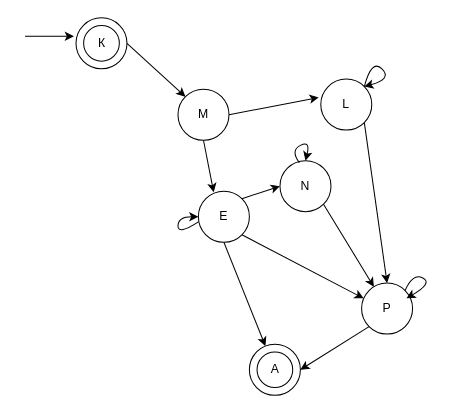
The draw.io diagram Диаграмма КА.drawio in lyudmilareshetyuk/draw.io, before the edit. Source tidied: cells renumbered, new cells numbered last; positions are measured from the earlier drawing's top-left corner, leaving out a move shared by most shapes. Both pictures are drawn from the tidied source at 102%, with x=0, y=0 at pixel (24, 17).
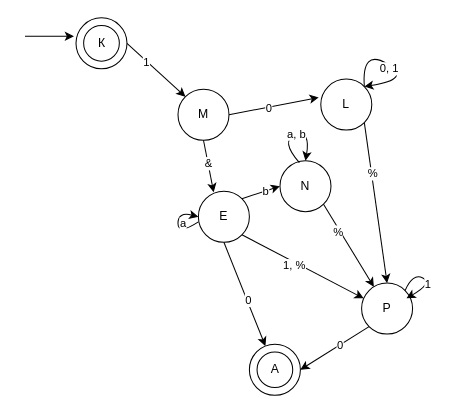
The same page after the edit.

Unchanged cells that the change refers to:
```xml
<mxCell id="6" value="L" style="ellipse;whiteSpace=wrap;html=1;" parent="1" vertex="1">
  <mxGeometry x="290" y="60" width="50" height="50" as="geometry" />
</mxCell>
<mxCell id="8" value="E" style="ellipse;whiteSpace=wrap;html=1;" parent="1" vertex="1">
  <mxGeometry x="170" y="170" width="50" height="50" as="geometry" />
</mxCell>
<mxCell id="10" value="N" style="ellipse;whiteSpace=wrap;html=1;" parent="1" vertex="1">
  <mxGeometry x="250" y="140" width="50" height="50" as="geometry" />
</mxCell>
<mxCell id="12" style="endArrow=classic;html=1;rounded=0;exitX=1;exitY=0.5;exitDx=0;exitDy=0;entryX=0;entryY=0;entryDx=0;entryDy=0;" parent="1" edge="1" source="2" target="7">
  <mxGeometry relative="1" as="geometry" />
</mxCell>
<mxCell id="13" style="endArrow=classic;html=1;rounded=0;exitX=1;exitY=0.5;exitDx=0;exitDy=0;entryX=-0.04;entryY=0.36;entryDx=0;entryDy=0;entryPerimeter=0;" parent="1" edge="1" source="7" target="6">
  <mxGeometry relative="1" as="geometry" />
</mxCell>
<mxCell id="15" style="endArrow=classic;html=1;rounded=0;exitX=1;exitY=1;exitDx=0;exitDy=0;entryX=0.5;entryY=0;entryDx=0;entryDy=0;" parent="1" edge="1" source="6" target="9">
  <mxGeometry relative="1" as="geometry" />
</mxCell>
<mxCell id="16" style="endArrow=classic;html=1;rounded=0;exitX=0.5;exitY=1;exitDx=0;exitDy=0;entryX=0.3;entryY=0.02;entryDx=0;entryDy=0;entryPerimeter=0;" parent="1" edge="1" source="7" target="8">
  <mxGeometry relative="1" as="geometry" />
</mxCell>
<mxCell id="17" style="endArrow=classic;html=1;rounded=0;exitX=1;exitY=0;exitDx=0;exitDy=0;entryX=0;entryY=0.5;entryDx=0;entryDy=0;" parent="1" edge="1" source="8" target="10">
  <mxGeometry relative="1" as="geometry" />
</mxCell>
<mxCell id="19" style="endArrow=classic;html=1;rounded=0;exitX=1;exitY=1;exitDx=0;exitDy=0;" parent="1" edge="1" source="10" target="9">
  <mxGeometry relative="1" as="geometry" />
</mxCell>
<mxCell id="21" style="endArrow=classic;html=1;rounded=0;exitX=1;exitY=1;exitDx=0;exitDy=0;entryX=0.04;entryY=0.3;entryDx=0;entryDy=0;entryPerimeter=0;" parent="1" edge="1" source="8" target="9">
  <mxGeometry relative="1" as="geometry" />
</mxCell>
<mxCell id="22" style="curved=1;endArrow=classic;html=1;rounded=0;exitX=1;exitY=0;exitDx=0;exitDy=0;entryX=0.88;entryY=0.3;entryDx=0;entryDy=0;entryPerimeter=0;" parent="1" edge="1" source="9" target="9">
  <mxGeometry relative="1" as="geometry">
    <Array as="points">
      <mxPoint x="380" y="250" />
      <mxPoint x="400" y="260" />
    </Array>
  </mxGeometry>
</mxCell>
<mxCell id="23" style="endArrow=classic;html=1;rounded=0;exitX=0;exitY=1;exitDx=0;exitDy=0;entryX=1;entryY=0.5;entryDx=0;entryDy=0;" parent="1" edge="1" source="9" target="4">
  <mxGeometry relative="1" as="geometry" />
</mxCell>
<mxCell id="24" style="endArrow=classic;html=1;rounded=0;exitX=0.5;exitY=1;exitDx=0;exitDy=0;" parent="1" edge="1" source="8" target="4">
  <mxGeometry relative="1" as="geometry" />
</mxCell>
```

The edit, as a diff of the source:
```diff
@@
+    <mxCell id="25" value="1" style="edgeLabel;html=1;align=center;verticalAlign=middle;" parent="12" vertex="1">
+      <mxGeometry x="-0.34" y="-1" relative="1" as="geometry" />
+    </mxCell>
@@
+    <mxCell id="26" value="0" style="edgeLabel;html=1;align=center;verticalAlign=middle;" parent="13" vertex="1">
+      <mxGeometry x="-0.12" y="-2" relative="1" as="geometry">
+        <mxPoint y="-1" as="offset" />
+      </mxGeometry>
+    </mxCell>
     <mxCell id="14" style="curved=1;endArrow=classic;html=1;rounded=0;exitX=1;exitY=0;exitDx=0;exitDy=0;entryX=1;entryY=0;entryDx=0;entryDy=0;" parent="1" edge="1" source="6" target="6">
       <mxGeometry relative="1" as="geometry">
         <Array as="points">
-          <mxPoint x="340" y="40" />
-          <mxPoint x="360" y="60" />
+          <mxPoint x="330" y="30" />
+          <mxPoint x="380" y="60" />
         </Array>
       </mxGeometry>
     </mxCell>
+    <mxCell id="27" value="0, 1" style="edgeLabel;html=1;align=center;verticalAlign=middle;" parent="14" vertex="1">
+      <mxGeometry x="-0.03" y="-3" relative="1" as="geometry" />
+    </mxCell>
@@
+    <mxCell id="28" value="%" style="edgeLabel;html=1;align=center;verticalAlign=middle;" parent="15" vertex="1">
+      <mxGeometry x="-0.37" y="1" relative="1" as="geometry" />
+    </mxCell>
@@
+    <mxCell id="29" value="&amp;amp;" style="edgeLabel;html=1;align=center;verticalAlign=middle;" parent="16" vertex="1">
+      <mxGeometry x="-0.06" relative="1" as="geometry">
+        <mxPoint y="-1" as="offset" />
+      </mxGeometry>
+    </mxCell>
@@
+    <mxCell id="30" value="b" style="edgeLabel;html=1;align=center;verticalAlign=middle;" parent="17" vertex="1">
+      <mxGeometry x="0.2" relative="1" as="geometry" />
+    </mxCell>
     <mxCell id="18" style="curved=1;endArrow=classic;html=1;rounded=0;exitX=0.38;exitY=0.04;exitDx=0;exitDy=0;entryX=0.5;entryY=0;entryDx=0;entryDy=0;exitPerimeter=0;" parent="1" edge="1" source="10" target="10">
       <mxGeometry relative="1" as="geometry">
         <Array as="points">
-          <mxPoint x="260" y="130" />
-          <mxPoint x="280" y="120" />
+          <mxPoint x="250" y="120" />
+          <mxPoint x="280" y="110" />
         </Array>
       </mxGeometry>
     </mxCell>
+    <mxCell id="31" value="a, b" style="edgeLabel;html=1;align=center;verticalAlign=middle;" parent="18" vertex="1">
+      <mxGeometry y="1" relative="1" as="geometry" />
+    </mxCell>
@@
+    <mxCell id="32" value="%" style="edgeLabel;html=1;align=center;verticalAlign=middle;" parent="19" vertex="1">
+      <mxGeometry x="-0.38" y="-2" relative="1" as="geometry">
+        <mxPoint y="1" as="offset" />
+      </mxGeometry>
+    </mxCell>
     <mxCell id="20" style="curved=1;endArrow=classic;html=1;rounded=0;exitX=0;exitY=0.6;exitDx=0;exitDy=0;entryX=0;entryY=0.5;entryDx=0;entryDy=0;exitPerimeter=0;" parent="1" edge="1" source="8" target="8">
       <mxGeometry relative="1" as="geometry">
         <Array as="points">
           <mxPoint x="150" y="213" />
-          <mxPoint x="150" y="195" />
+          <mxPoint x="150" y="190" />
         </Array>
       </mxGeometry>
     </mxCell>
+    <mxCell id="33" value="a" style="edgeLabel;html=1;align=center;verticalAlign=middle;" parent="20" vertex="1">
+      <mxGeometry x="0.03" y="-4" relative="1" as="geometry" />
+    </mxCell>
@@
+    <mxCell id="34" value="1, %" style="edgeLabel;html=1;align=center;verticalAlign=middle;" parent="21" vertex="1">
+      <mxGeometry x="-0.12" y="-3" relative="1" as="geometry" />
+    </mxCell>
@@
+    <mxCell id="35" value="1" style="edgeLabel;html=1;align=center;verticalAlign=middle;" parent="22" vertex="1">
+      <mxGeometry x="0.29" y="-2" relative="1" as="geometry" />
+    </mxCell>
@@
+    <mxCell id="36" value="0" style="edgeLabel;html=1;align=center;verticalAlign=middle;" parent="23" vertex="1">
+      <mxGeometry x="-0.15" relative="1" as="geometry" />
+    </mxCell>
@@
+    <mxCell id="37" value="0" style="edgeLabel;html=1;align=center;verticalAlign=middle;" parent="24" vertex="1">
+      <mxGeometry x="0.11" y="1" relative="1" as="geometry" />
+    </mxCell>
```
